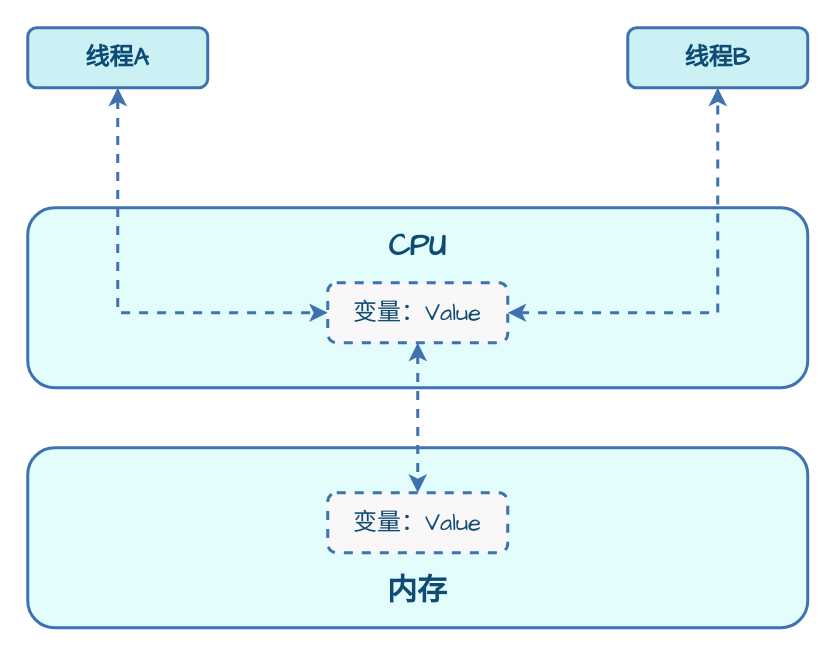
Above: page "单核多线程" (2 of 7) of assets/Java/JavaCore/并发/Java并发之线程.drawio in dunwu/waterdrop (draw.io), before the change. Source tidied: cells renumbered, new cells numbered last; positions are measured from the earlier drawing's top-left corner, leaving out a move shared by most shapes. Both pictures are drawn from the tidied source at 150%, with x=0, y=0 at pixel (27, 27).
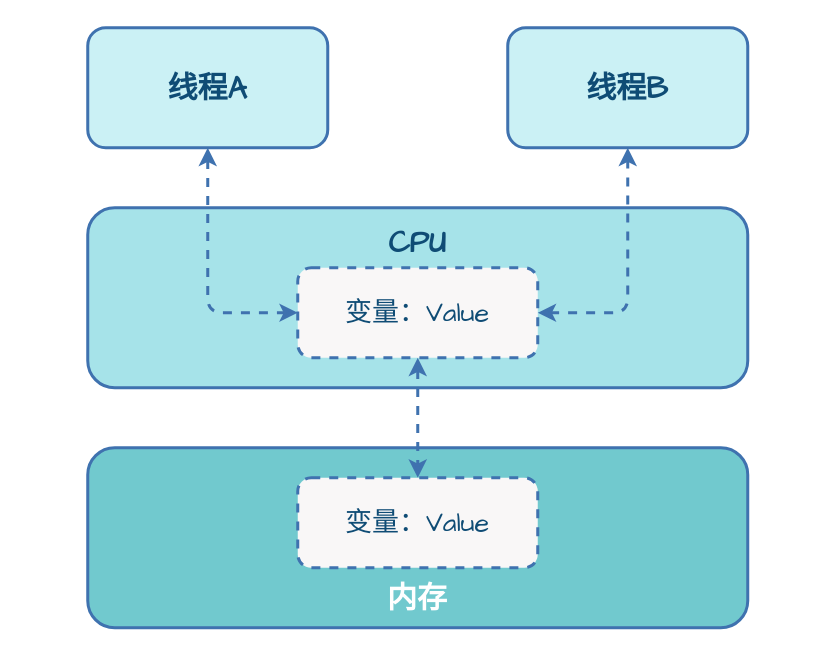
The same diagram, later.

What changed in the source:
```diff
@@
 <mxGraphModel>
   <root>
     <mxCell id="0" />
     <mxCell id="1" parent="0" />
-    <mxCell id="2" style="rounded=1;whiteSpace=wrap;html=1;fontSize=16;shadow=0;fillColor=#E3FDFD;strokeColor=#3F72AF;strokeWidth=2;fontColor=#0F4C75;fontFamily=Comic Sans MS;" parent="1" vertex="1">
-      <mxGeometry y="280" width="520" height="120" as="geometry" />
+    <mxCell id="2" value="&lt;span style=&quot;font-size: 20px;&quot;&gt;内存&lt;/span&gt;" style="rounded=1;whiteSpace=wrap;html=1;fontSize=20;shadow=0;fillColor=#71C9CE;strokeColor=#3F72AF;strokeWidth=2;fontColor=#FFFFFF;fontFamily=Comic Sans MS;verticalAlign=bottom;fontStyle=1;spacingTop=5;spacingBottom=5;" parent="1" vertex="1">
+      <mxGeometry x="40" y="280" width="440" height="120" as="geometry" />
     </mxCell>
-    <mxCell id="3" style="rounded=1;whiteSpace=wrap;html=1;fontSize=16;shadow=0;fillColor=#E3FDFD;strokeColor=#3F72AF;strokeWidth=2;fontColor=#0F4C75;fontFamily=Comic Sans MS;" parent="1" vertex="1">
-      <mxGeometry y="120" width="520" height="120" as="geometry" />
+    <mxCell id="3" value="CPU" style="rounded=1;whiteSpace=wrap;html=1;fontSize=20;shadow=0;fillColor=#A6E3E9;strokeColor=#3F72AF;strokeWidth=2;fontColor=#0F4C75;fontFamily=Comic Sans MS;verticalAlign=top;fontStyle=1;spacingTop=5;spacingBottom=5;" parent="1" vertex="1">
+      <mxGeometry x="40" y="120" width="440" height="120" as="geometry" />
     </mxCell>
-    <mxCell id="4" style="edgeStyle=orthogonalEdgeStyle;rounded=0;jettySize=auto;html=1;entryX=0;entryY=0.5;entryDx=0;entryDy=0;exitX=0.5;exitY=1;exitDx=0;exitDy=0;strokeWidth=2;strokeColor=#3F72AF;dashed=1;startArrow=classic;startFill=1;shadow=0;fontColor=#0F4C75;fontFamily=Comic Sans MS;" parent="1" edge="1" source="5" target="9">
+    <mxCell id="4" style="edgeStyle=orthogonalEdgeStyle;rounded=1;jettySize=auto;html=1;entryX=0;entryY=0.5;entryDx=0;entryDy=0;exitX=0.5;exitY=1;exitDx=0;exitDy=0;strokeWidth=2;strokeColor=#3F72AF;dashed=1;startArrow=classic;startFill=1;shadow=0;fontColor=#0F4C75;fontFamily=Comic Sans MS;fontSize=18;fontStyle=1;" parent="1" edge="1" source="5" target="9">
       <mxGeometry relative="1" as="geometry" />
     </mxCell>
-    <mxCell id="5" value="线程A" style="rounded=1;whiteSpace=wrap;html=1;hachureGap=4;strokeColor=#3F72AF;fontFamily=Comic Sans MS;fontSize=16;fillColor=#CBF1F5;fontStyle=1;shadow=0;fontColor=#0F4C75;strokeWidth=2;" parent="1" vertex="1">
-      <mxGeometry width="120" height="40" as="geometry" />
+    <mxCell id="5" value="线程A" style="rounded=1;whiteSpace=wrap;html=1;hachureGap=4;strokeColor=#3F72AF;fontFamily=Comic Sans MS;fontSize=20;fillColor=#CBF1F5;fontStyle=1;shadow=0;fontColor=#0F4C75;strokeWidth=2;" parent="1" vertex="1">
+      <mxGeometry x="40" width="160" height="80" as="geometry" />
     </mxCell>
-    <mxCell id="6" value="线程B" style="rounded=1;whiteSpace=wrap;html=1;hachureGap=4;strokeColor=#3F72AF;fontFamily=Comic Sans MS;fontSize=16;fillColor=#CBF1F5;fontStyle=1;shadow=0;fontColor=#0F4C75;strokeWidth=2;" parent="1" vertex="1">
-      <mxGeometry x="400" width="120" height="40" as="geometry" />
+    <mxCell id="6" value="线程B" style="rounded=1;whiteSpace=wrap;html=1;hachureGap=4;strokeColor=#3F72AF;fontFamily=Comic Sans MS;fontSize=20;fillColor=#CBF1F5;fontStyle=1;shadow=0;fontColor=#0F4C75;strokeWidth=2;" parent="1" vertex="1">
+      <mxGeometry x="320" width="160" height="80" as="geometry" />
     </mxCell>
-    <mxCell id="7" style="edgeStyle=orthogonalEdgeStyle;rounded=0;jettySize=auto;html=1;exitX=1;exitY=0.5;exitDx=0;exitDy=0;entryX=0.5;entryY=1;entryDx=0;entryDy=0;strokeWidth=2;strokeColor=#3F72AF;dashed=1;startArrow=classic;startFill=1;shadow=0;fontColor=#0F4C75;fontFamily=Comic Sans MS;" parent="1" edge="1" source="9" target="6">
+    <mxCell id="7" style="edgeStyle=orthogonalEdgeStyle;rounded=1;jettySize=auto;html=1;exitX=1;exitY=0.5;exitDx=0;exitDy=0;entryX=0.5;entryY=1;entryDx=0;entryDy=0;strokeWidth=2;strokeColor=#3F72AF;dashed=1;startArrow=classic;startFill=1;shadow=0;fontColor=#0F4C75;fontFamily=Comic Sans MS;fontSize=18;fontStyle=1;" parent="1" edge="1" source="9" target="6">
       <mxGeometry relative="1" as="geometry" />
     </mxCell>
-    <mxCell id="8" style="edgeStyle=orthogonalEdgeStyle;rounded=0;jettySize=auto;html=1;exitX=0.5;exitY=1;exitDx=0;exitDy=0;entryX=0.5;entryY=0;entryDx=0;entryDy=0;startArrow=classic;startFill=1;strokeColor=#3F72AF;strokeWidth=2;dashed=1;shadow=0;fontColor=#0F4C75;fontFamily=Comic Sans MS;" parent="1" edge="1" source="9" target="13">
+    <mxCell id="8" style="edgeStyle=orthogonalEdgeStyle;rounded=0;jettySize=auto;html=1;exitX=0.5;exitY=1;exitDx=0;exitDy=0;entryX=0.5;entryY=0;entryDx=0;entryDy=0;startArrow=classic;startFill=1;strokeColor=#3F72AF;strokeWidth=2;dashed=1;shadow=0;fontColor=#0F4C75;fontFamily=Comic Sans MS;fontSize=18;fontStyle=1;" parent="1" edge="1" source="9" target="13">
       <mxGeometry relative="1" as="geometry" />
     </mxCell>
-    <mxCell id="9" value="变量：Value" style="rounded=1;whiteSpace=wrap;html=1;hachureGap=4;strokeColor=#3F72AF;fontFamily=Comic Sans MS;fontSize=16;fillColor=#F9F7F7;fontStyle=0;shadow=0;fontColor=#0F4C75;strokeWidth=2;dashed=1;" parent="1" vertex="1">
-      <mxGeometry x="200" y="170" width="120" height="40" as="geometry" />
+    <mxCell id="9" value="变量：Value" style="rounded=1;whiteSpace=wrap;html=1;hachureGap=4;strokeColor=#3F72AF;fontFamily=Comic Sans MS;fontSize=18;fillColor=#F9F7F7;fontStyle=0;shadow=0;fontColor=#0F4C75;strokeWidth=2;dashed=1;" parent="1" vertex="1">
+      <mxGeometry x="180" y="160" width="160" height="60" as="geometry" />
     </mxCell>
-    <mxCell id="10" value="CPU" style="text;html=1;strokeColor=none;fillColor=none;align=center;verticalAlign=middle;whiteSpace=wrap;rounded=0;fontSize=20;fontStyle=1;fontColor=#0F4C75;shadow=0;strokeWidth=2;fontFamily=Comic Sans MS;" parent="1" vertex="1">
-      <mxGeometry x="230" y="130" width="60" height="30" as="geometry" />
-    </mxCell>
-    <mxCell id="11" value="内存" style="text;html=1;strokeColor=none;fillColor=none;align=center;verticalAlign=middle;whiteSpace=wrap;rounded=0;fontSize=20;fontStyle=1;fontColor=#0F4C75;shadow=0;strokeWidth=2;fontFamily=Comic Sans MS;" parent="1" vertex="1">
-      <mxGeometry x="230" y="360" width="60" height="30" as="geometry" />
-    </mxCell>
-    <mxCell id="12" style="edgeStyle=orthogonalEdgeStyle;rounded=0;orthogonalLoop=1;jettySize=auto;html=1;exitX=0.5;exitY=1;exitDx=0;exitDy=0;fontColor=#0F4C75;shadow=0;strokeWidth=2;strokeColor=#3F72AF;fontFamily=Comic Sans MS;" parent="1" edge="1" source="11" target="11">
-      <mxGeometry relative="1" as="geometry" />
-    </mxCell>
-    <mxCell id="13" value="变量：Value" style="rounded=1;whiteSpace=wrap;html=1;hachureGap=4;strokeColor=#3F72AF;fontFamily=Comic Sans MS;fontSize=16;fillColor=#F9F7F7;fontStyle=0;shadow=0;fontColor=#0F4C75;strokeWidth=2;dashed=1;" parent="1" vertex="1">
-      <mxGeometry x="200" y="310" width="120" height="40" as="geometry" />
+    <mxCell id="13" value="变量：Value" style="rounded=1;whiteSpace=wrap;html=1;hachureGap=4;strokeColor=#3F72AF;fontFamily=Comic Sans MS;fontSize=18;fillColor=#F9F7F7;fontStyle=0;shadow=0;fontColor=#0F4C75;strokeWidth=2;dashed=1;" parent="1" vertex="1">
+      <mxGeometry x="180" y="300" width="160" height="60" as="geometry" />
     </mxCell>
   </root>
 </mxGraphModel>
```
